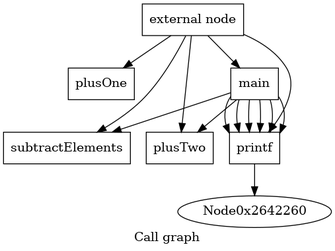
The Graphviz diagram callgraph.png in saltytrain2/LLVM-Passes, before a commit. Its source is kept beside it as callgraph.dot.
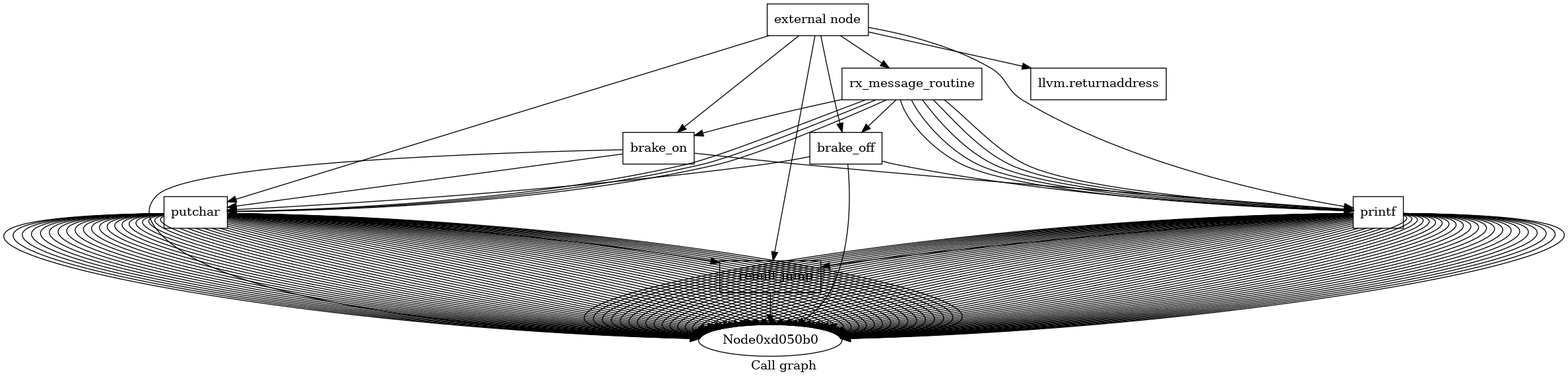
The same diagram one commit later.

Change to the diagram source:
```diff
@@ -1,24 +1,166 @@
 digraph "Call graph" {
 	label="Call graph";
 
-	Node0x2642230 [shape=record,label="{external node}"];
-	Node0x2642230 -> Node0x26422d0;
-	Node0x2642230 -> Node0x2642370;
-	Node0x2642230 -> Node0x2642300;
-	Node0x2642230 -> Node0x264b940;
-	Node0x2642230 -> Node0x264b9b0;
-	Node0x26422d0 [shape=record,label="{plusOne}"];
-	Node0x2642370 [shape=record,label="{subtractElements}"];
-	Node0x2642300 [shape=record,label="{plusTwo}"];
-	Node0x264b940 [shape=record,label="{main}"];
-	Node0x264b940 -> Node0x264b9b0;
-	Node0x264b940 -> Node0x264b9b0;
-	Node0x264b940 -> Node0x264b9b0;
-	Node0x264b940 -> Node0x2642300;
-	Node0x264b940 -> Node0x2642370;
-	Node0x264b940 -> Node0x264b9b0;
-	Node0x264b940 -> Node0x264b9b0;
-	Node0x264b940 -> Node0x264b9b0;
-	Node0x264b9b0 [shape=record,label="{printf}"];
-	Node0x264b9b0 -> Node0x2642260;
+	Node0xd05080 [shape=record,label="{external node}"];
+	Node0xd05080 -> Node0xd05120;
+	Node0xd05080 -> Node0xd051f0;
+	Node0xd05080 -> Node0xd05150;
+	Node0xd05080 -> Node0xd052f0;
+	Node0xd05080 -> Node0xd0edc0;
+	Node0xd05080 -> Node0xd0ed50;
+	Node0xd05080 -> Node0xd0edf0;
+	Node0xd05120 [shape=record,label="{__remill_jump}"];
+	Node0xd05120 -> Node0xd050b0;
+	Node0xd051f0 [shape=record,label="{printf}"];
+	Node0xd051f0 -> Node0xd050b0;
+	Node0xd051f0 -> Node0xd050b0;
+	Node0xd051f0 -> Node0xd050b0;
+	Node0xd051f0 -> Node0xd050b0;
+	Node0xd051f0 -> Node0xd050b0;
+	Node0xd051f0 -> Node0xd050b0;
+	Node0xd051f0 -> Node0xd050b0;
+	Node0xd051f0 -> Node0xd050b0;
+	Node0xd051f0 -> Node0xd050b0;
+	Node0xd051f0 -> Node0xd050b0;
+	Node0xd051f0 -> Node0xd050b0;
+	Node0xd051f0 -> Node0xd050b0;
+	Node0xd051f0 -> Node0xd050b0;
+	Node0xd051f0 -> Node0xd050b0;
+	Node0xd051f0 -> Node0xd050b0;
+	Node0xd051f0 -> Node0xd050b0;
+	Node0xd051f0 -> Node0xd050b0;
+	Node0xd051f0 -> Node0xd050b0;
+	Node0xd051f0 -> Node0xd050b0;
+	Node0xd051f0 -> Node0xd050b0;
+	Node0xd051f0 -> Node0xd050b0;
+	Node0xd051f0 -> Node0xd050b0;
+	Node0xd051f0 -> Node0xd050b0;
+	Node0xd051f0 -> Node0xd050b0;
+	Node0xd051f0 -> Node0xd050b0;
+	Node0xd051f0 -> Node0xd050b0;
+	Node0xd051f0 -> Node0xd050b0;
+	Node0xd051f0 -> Node0xd050b0;
+	Node0xd051f0 -> Node0xd050b0;
+	Node0xd051f0 -> Node0xd050b0;
+	Node0xd051f0 -> Node0xd050b0;
+	Node0xd051f0 -> Node0xd050b0;
+	Node0xd051f0 -> Node0xd050b0;
+	Node0xd051f0 -> Node0xd050b0;
+	Node0xd051f0 -> Node0xd050b0;
+	Node0xd051f0 -> Node0xd050b0;
+	Node0xd051f0 -> Node0xd050b0;
+	Node0xd051f0 -> Node0xd050b0;
+	Node0xd051f0 -> Node0xd050b0;
+	Node0xd051f0 -> Node0xd050b0;
+	Node0xd051f0 -> Node0xd050b0;
+	Node0xd051f0 -> Node0xd050b0;
+	Node0xd051f0 -> Node0xd050b0;
+	Node0xd051f0 -> Node0xd050b0;
+	Node0xd051f0 -> Node0xd050b0;
+	Node0xd051f0 -> Node0xd050b0;
+	Node0xd051f0 -> Node0xd050b0;
+	Node0xd051f0 -> Node0xd050b0;
+	Node0xd051f0 -> Node0xd050b0;
+	Node0xd051f0 -> Node0xd050b0;
+	Node0xd051f0 -> Node0xd050b0;
+	Node0xd051f0 -> Node0xd050b0;
+	Node0xd051f0 -> Node0xd050b0;
+	Node0xd051f0 -> Node0xd050b0;
+	Node0xd051f0 -> Node0xd050b0;
+	Node0xd051f0 -> Node0xd050b0;
+	Node0xd051f0 -> Node0xd050b0;
+	Node0xd051f0 -> Node0xd050b0;
+	Node0xd051f0 -> Node0xd050b0;
+	Node0xd051f0 -> Node0xd050b0;
+	Node0xd051f0 -> Node0xd050b0;
+	Node0xd051f0 -> Node0xd050b0;
+	Node0xd051f0 -> Node0xd050b0;
+	Node0xd051f0 -> Node0xd050b0;
+	Node0xd051f0 -> Node0xd05120;
+	Node0xd05150 [shape=record,label="{rx_message_routine}"];
+	Node0xd05150 -> Node0xd051f0;
+	Node0xd05150 -> Node0xd051f0;
+	Node0xd05150 -> Node0xd051f0;
+	Node0xd05150 -> Node0xd051f0;
+	Node0xd05150 -> Node0xd052f0;
+	Node0xd05150 -> Node0xd052f0;
+	Node0xd05150 -> Node0xd0ed50;
+	Node0xd05150 -> Node0xd0edc0;
+	Node0xd05150 -> Node0xd051f0;
+	Node0xd05150 -> Node0xd052f0;
+	Node0xd052f0 [shape=record,label="{putchar}"];
+	Node0xd052f0 -> Node0xd050b0;
+	Node0xd052f0 -> Node0xd050b0;
+	Node0xd052f0 -> Node0xd050b0;
+	Node0xd052f0 -> Node0xd050b0;
+	Node0xd052f0 -> Node0xd050b0;
+	Node0xd052f0 -> Node0xd050b0;
+	Node0xd052f0 -> Node0xd050b0;
+	Node0xd052f0 -> Node0xd050b0;
+	Node0xd052f0 -> Node0xd050b0;
+	Node0xd052f0 -> Node0xd050b0;
+	Node0xd052f0 -> Node0xd050b0;
+	Node0xd052f0 -> Node0xd050b0;
+	Node0xd052f0 -> Node0xd050b0;
+	Node0xd052f0 -> Node0xd050b0;
+	Node0xd052f0 -> Node0xd050b0;
+	Node0xd052f0 -> Node0xd050b0;
+	Node0xd052f0 -> Node0xd050b0;
+	Node0xd052f0 -> Node0xd050b0;
+	Node0xd052f0 -> Node0xd050b0;
+	Node0xd052f0 -> Node0xd050b0;
+	Node0xd052f0 -> Node0xd050b0;
+	Node0xd052f0 -> Node0xd050b0;
+	Node0xd052f0 -> Node0xd050b0;
+	Node0xd052f0 -> Node0xd050b0;
+	Node0xd052f0 -> Node0xd050b0;
+	Node0xd052f0 -> Node0xd050b0;
+	Node0xd052f0 -> Node0xd050b0;
+	Node0xd052f0 -> Node0xd050b0;
+	Node0xd052f0 -> Node0xd050b0;
+	Node0xd052f0 -> Node0xd050b0;
+	Node0xd052f0 -> Node0xd050b0;
+	Node0xd052f0 -> Node0xd050b0;
+	Node0xd052f0 -> Node0xd050b0;
+	Node0xd052f0 -> Node0xd050b0;
+	Node0xd052f0 -> Node0xd050b0;
+	Node0xd052f0 -> Node0xd050b0;
+	Node0xd052f0 -> Node0xd050b0;
+	Node0xd052f0 -> Node0xd050b0;
+	Node0xd052f0 -> Node0xd050b0;
+	Node0xd052f0 -> Node0xd050b0;
+	Node0xd052f0 -> Node0xd050b0;
+	Node0xd052f0 -> Node0xd050b0;
+	Node0xd052f0 -> Node0xd050b0;
+	Node0xd052f0 -> Node0xd050b0;
+	Node0xd052f0 -> Node0xd050b0;
+	Node0xd052f0 -> Node0xd050b0;
+	Node0xd052f0 -> Node0xd050b0;
+	Node0xd052f0 -> Node0xd050b0;
+	Node0xd052f0 -> Node0xd050b0;
+	Node0xd052f0 -> Node0xd050b0;
+	Node0xd052f0 -> Node0xd050b0;
+	Node0xd052f0 -> Node0xd050b0;
+	Node0xd052f0 -> Node0xd050b0;
+	Node0xd052f0 -> Node0xd050b0;
+	Node0xd052f0 -> Node0xd050b0;
+	Node0xd052f0 -> Node0xd050b0;
+	Node0xd052f0 -> Node0xd050b0;
+	Node0xd052f0 -> Node0xd050b0;
+	Node0xd052f0 -> Node0xd050b0;
+	Node0xd052f0 -> Node0xd050b0;
+	Node0xd052f0 -> Node0xd050b0;
+	Node0xd052f0 -> Node0xd050b0;
+	Node0xd052f0 -> Node0xd050b0;
+	Node0xd052f0 -> Node0xd050b0;
+	Node0xd052f0 -> Node0xd05120;
+	Node0xd0edc0 [shape=record,label="{brake_on}"];
+	Node0xd0edc0 -> Node0xd050b0;
+	Node0xd0edc0 -> Node0xd051f0;
+	Node0xd0edc0 -> Node0xd052f0;
+	Node0xd0ed50 [shape=record,label="{brake_off}"];
+	Node0xd0ed50 -> Node0xd050b0;
+	Node0xd0ed50 -> Node0xd051f0;
+	Node0xd0ed50 -> Node0xd052f0;
+	Node0xd0edf0 [shape=record,label="{llvm.returnaddress}"];
 }
```
